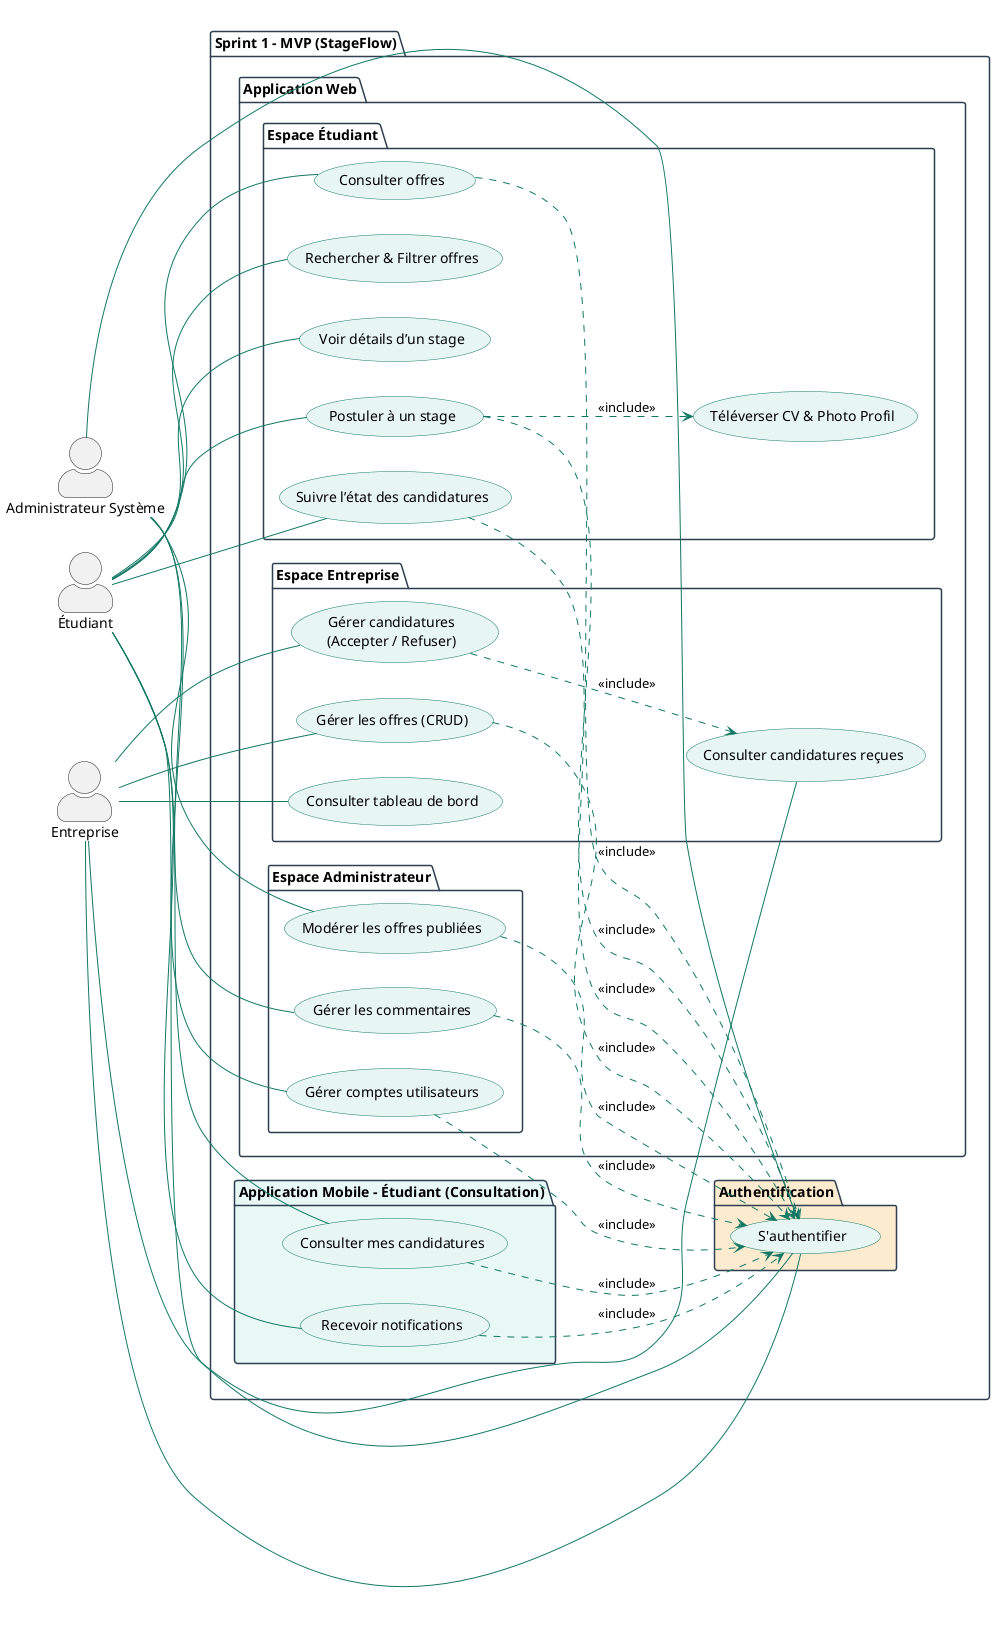
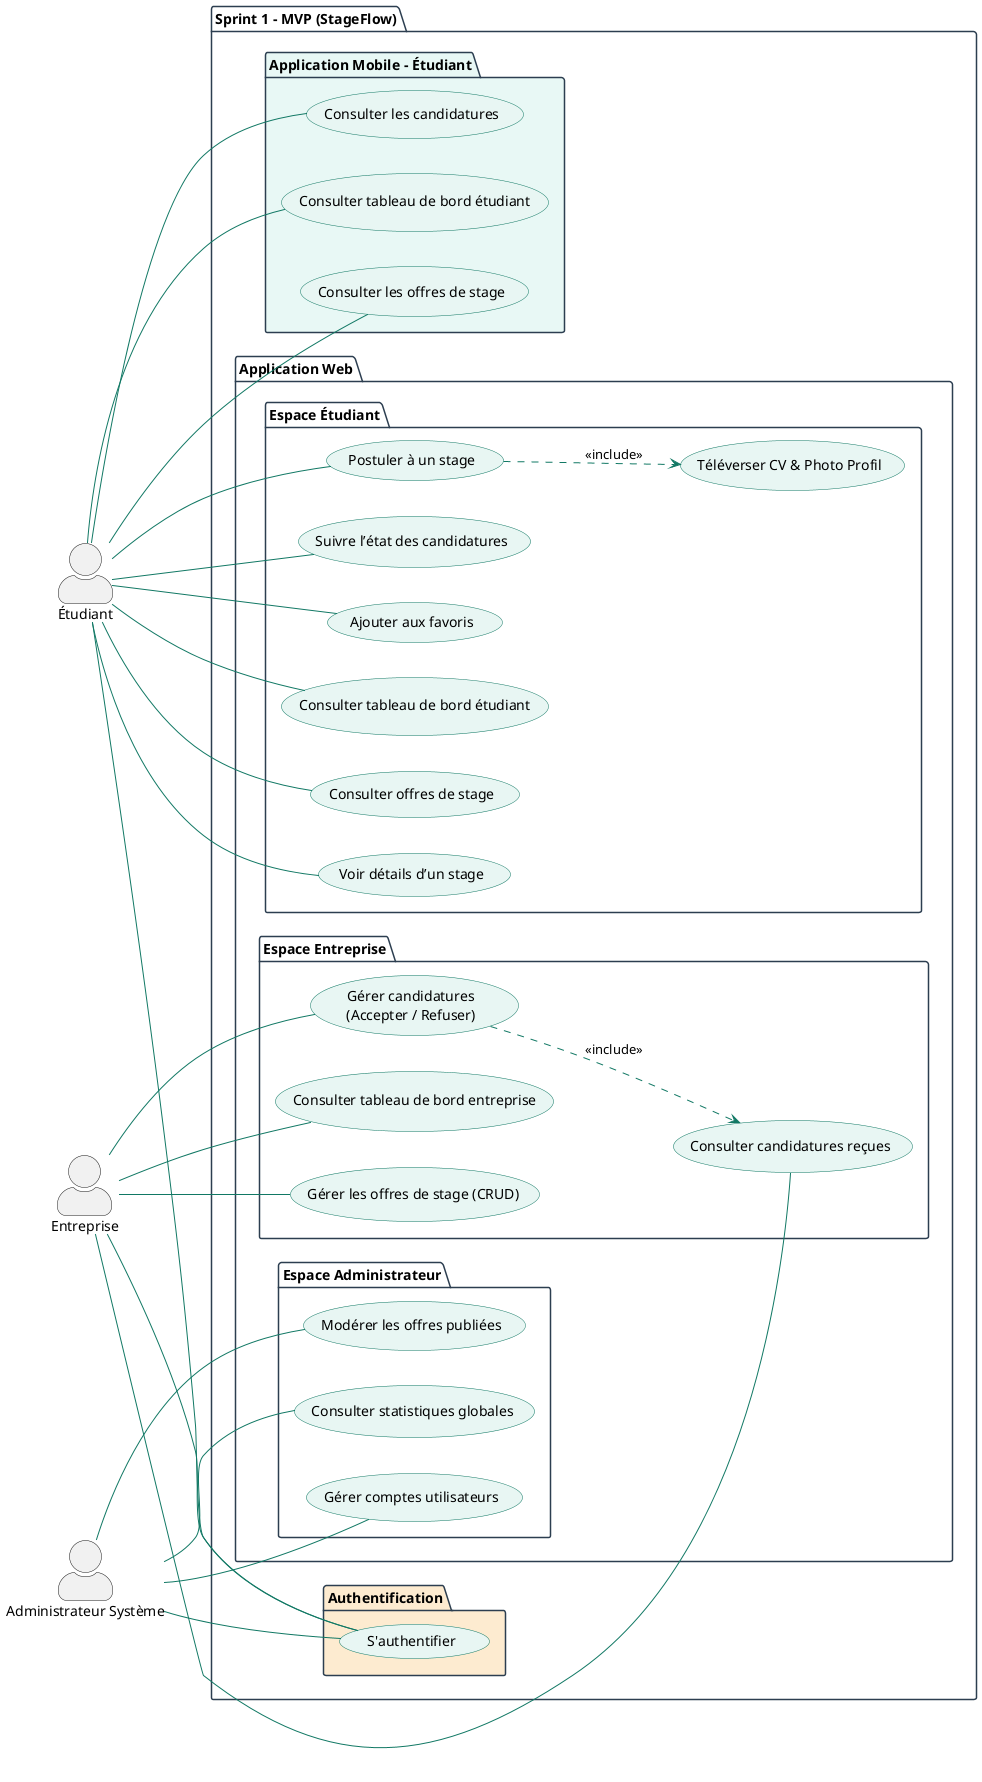
- @startuml StageFlow_Sprint1_Final
+ @startuml StageFlow_Sprint1_MVP
+ left to right direction
skinparam actorStyle awesome
- left to right direction

skinparam package {
    BackgroundColor White
    BorderColor #2C3E50
}

skinparam usecase {
    BackgroundColor #E8F6F3
    BorderColor #117864
    ArrowColor #117864
}

actor "Étudiant" as E
actor "Entreprise" as Ent
actor "Administrateur Système" as Admin

+ 
package "Sprint 1 – MVP (StageFlow)" {

-     ' =========================
-     ' 🔐 Authentification (Commune)
-     ' =========================
-     package "Authentification" #FDEBD0 {
-         usecase "S'authentifier" as UC_AUTH
+ ' =========================
+ ' Authentification
+ ' =========================
+ package "Authentification" #FDEBD0 {
+     usecase "S'authentifier" as Auth
+ }
+ 
+ E -- Auth
+ Ent -- Auth
+ Admin -- Auth
+ 
+ 
+ ' =========================
+ ' Application Web
+ ' =========================
+ package "Application Web" {
+ 
+     ' ===== Étudiant =====
+     package "Espace Étudiant" {
+ 
+         usecase "Consulter tableau de bord étudiant" as UC1
+         usecase "Consulter offres de stage" as UC2
+         usecase "Voir détails d’un stage" as UC3
+         usecase "Postuler à un stage" as UC4
+         usecase "Téléverser CV & Photo Profil" as UC5
+         usecase "Suivre l’état des candidatures" as UC6
+         usecase "Ajouter aux favoris" as UC7
+ 
    }

-     E -- UC_AUTH
-     Ent -- UC_AUTH
-     Admin -- UC_AUTH
+     E -- UC1
+     E -- UC2
+     E -- UC3
+     E -- UC4
+     E -- UC6
+     E -- UC7

-     ' =========================
-     ' 🌐 Application Web
-     ' =========================
-     package "Application Web" {
+     UC4 ..> UC5 : <<include>>

-         ' -------- Espace Étudiant --------
-         package "Espace Étudiant" {
-             usecase "Consulter offres" as UC1
-             usecase "Rechercher & Filtrer offres" as UC2
-             usecase "Voir détails d’un stage" as UC3
-             usecase "Postuler à un stage" as UC4
-             usecase "Téléverser CV & Photo Profil" as UC5
-             usecase "Suivre l’état des candidatures" as UC6
-         }

-         E -- UC1
-         E -- UC2
-         E -- UC3
-         E -- UC4
-         E -- UC6
+     ' ===== Entreprise =====
+     package "Espace Entreprise" {

-         UC4 ..> UC5 : <<include>>
-         UC1 ..> UC_AUTH : <<include>>
-         UC4 ..> UC_AUTH : <<include>>
-         UC6 ..> UC_AUTH : <<include>>
+         usecase "Consulter tableau de bord entreprise" as UC8
+         usecase "Gérer les offres de stage (CRUD)" as UC9
+         usecase "Consulter candidatures reçues" as UC10
+         usecase "Gérer candidatures\n(Accepter / Refuser)" as UC11

-         ' -------- Espace Entreprise --------
-         package "Espace Entreprise" {
-             usecase "Gérer les offres (CRUD)" as UC7
-             usecase "Consulter candidatures reçues" as UC8
-             usecase "Gérer candidatures\n(Accepter / Refuser)" as UC9
-             usecase "Consulter tableau de bord" as UC10
-         }
- 
-         Ent -- UC7
-         Ent -- UC8
-         Ent -- UC9
-         Ent -- UC10
- 
-         UC7 ..> UC_AUTH : <<include>>
-         UC9 ..> UC8 : <<include>>
- 
-         ' -------- Espace Administrateur --------
-         package "Espace Administrateur" {
-             usecase "Gérer comptes utilisateurs" as UC11
-             usecase "Modérer les offres publiées" as UC12
-             usecase "Gérer les commentaires" as UC13
-         }
- 
-         Admin -- UC11
-         Admin -- UC12
-         Admin -- UC13
- 
-         UC11 ..> UC_AUTH : <<include>>
-         UC12 ..> UC_AUTH : <<include>>
-         UC13 ..> UC_AUTH : <<include>>
    }

-     ' =========================
-     ' 📱 Application Mobile (Étudiant uniquement)
-     ' =========================
-     package "Application Mobile – Étudiant (Consultation)" #E8F8F5 {
+     Ent -- UC8
+     Ent -- UC9
+     Ent -- UC10
+     Ent -- UC11

-         usecase "Consulter mes candidatures" as UC_M1
-         usecase "Recevoir notifications" as UC_M2
+     UC11 ..> UC10 : <<include>>

-         E -- UC_M1
-         E -- UC_M2

-         UC_M1 ..> UC_AUTH : <<include>>
-         UC_M2 ..> UC_AUTH : <<include>>
+     ' ===== Administrateur =====
+     package "Espace Administrateur" {
+ 
+         usecase "Gérer comptes utilisateurs" as UC12
+         usecase "Modérer les offres publiées" as UC13
+         usecase "Consulter statistiques globales" as UC14
+ 
    }
+ 
+     Admin -- UC12
+     Admin -- UC13
+     Admin -- UC14
+ 
+ }
+ 
+ 
+ ' =========================
+ ' Application Mobile
+ ' =========================
+ package "Application Mobile – Étudiant" #E8F8F5 {
+ 
+     usecase "Consulter tableau de bord étudiant" as M1
+     usecase "Consulter les offres de stage" as M2
+     usecase "Consulter les candidatures" as M3
+ 
+     E -- M1
+     E -- M2
+     E -- M3
+ 
+ }

}
@enduml